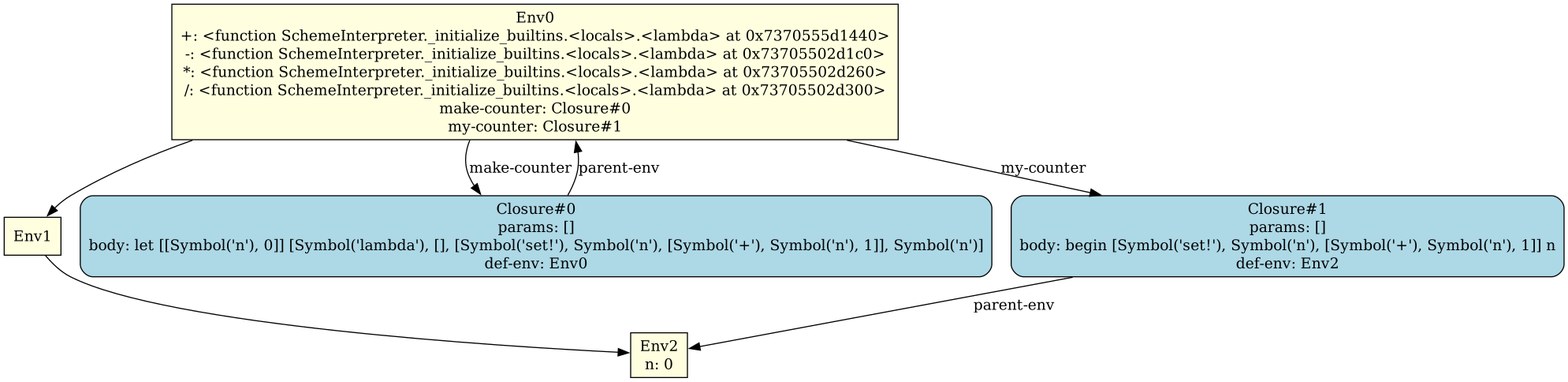
Its-Grimm/Scheme-Environment-Diagram-Generator keeps this Graphviz diagram as env_diagram.png. Above is the earlier version. Its source is kept beside it as env_diagram.dot.
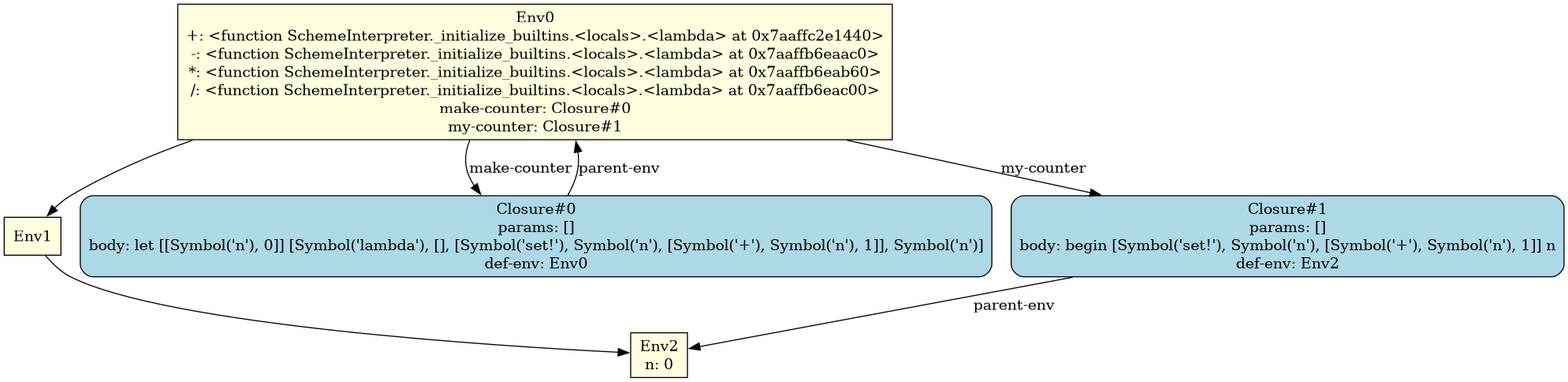
The same file after the commit.

Commit message:
Worked on solving some problems and added more test .rkt files to diagram

What changed in the source:
```diff
@@ -1,5 +1,5 @@
 digraph {
-	env_0 [label="Env0\n+: <function SchemeInterpreter._initialize_builtins.<locals>.<lambda> at 0x7370555d1440>\n-: <function SchemeInterpreter._initialize_builtins.<locals>.<lambda> at 0x73705502d1c0>\n*: <function SchemeInterpreter._initialize_builtins.<locals>.<lambda> at 0x73705502d260>\n/: <function SchemeInterpreter._initialize_builtins.<locals>.<lambda> at 0x73705502d300>\nmake-counter: Closure#0\nmy-counter: Closure#1\n" fillcolor=lightyellow shape=box style=filled]
+	env_0 [label="Env0\n+: <function SchemeInterpreter._initialize_builtins.<locals>.<lambda> at 0x7aaffc2e1440>\n-: <function SchemeInterpreter._initialize_builtins.<locals>.<lambda> at 0x7aaffb6eaac0>\n*: <function SchemeInterpreter._initialize_builtins.<locals>.<lambda> at 0x7aaffb6eab60>\n/: <function SchemeInterpreter._initialize_builtins.<locals>.<lambda> at 0x7aaffb6eac00>\nmake-counter: Closure#0\nmy-counter: Closure#1\n" fillcolor=lightyellow shape=box style=filled]
 	env_1 [label="Env1\n" fillcolor=lightyellow shape=box style=filled]
 	env_0 -> env_1
 	env_2 [label="Env2\nn: 0\n" fillcolor=lightyellow shape=box style=filled]
```
